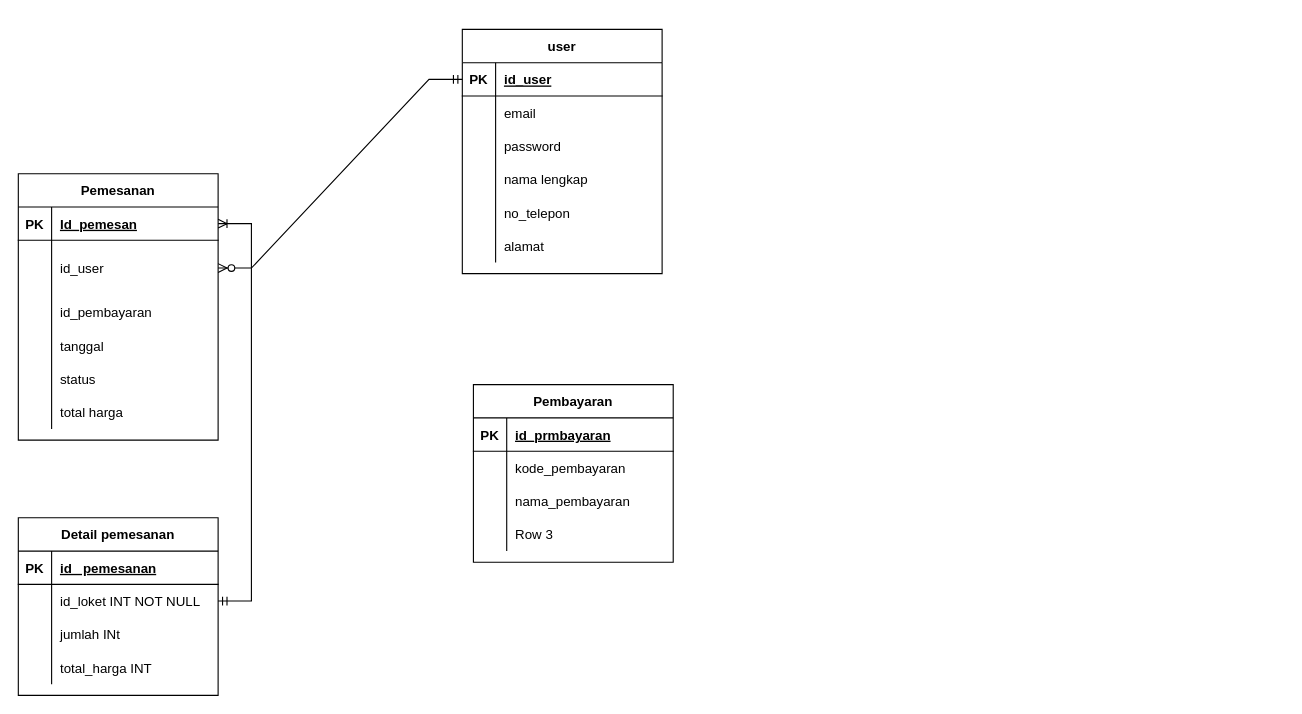
This is pertemuan2.md/Untitled Diagram.drawio from rizky-iki/IF214002, a draw.io file, before an edit. Source tidied: cells renumbered, new cells numbered last; positions are measured from the earlier drawing's top-left corner, leaving out a move shared by most shapes. Both pictures are drawn from the tidied source at 111%, with x=0, y=0 at pixel (18, 29).
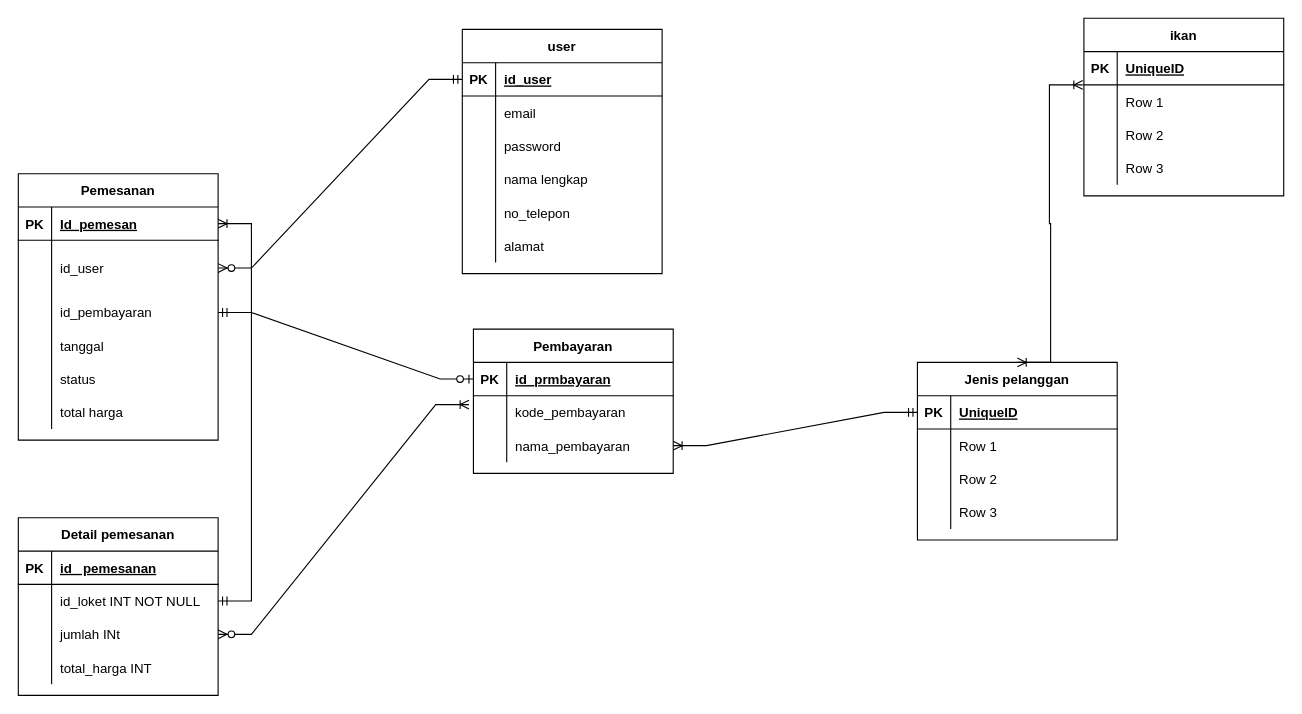
The same diagram, later.

Unchanged cells that the change refers to:
```xml
<mxCell id="9" style="shape=tableRow;horizontal=0;startSize=0;swimlaneHead=0;swimlaneBody=0;fillColor=none;points=[[0,0.5],[1,0.5]];portConstraint=eastwest;top=0;left=0;right=0;bottom=0;" parent="2" vertex="1">
  <mxGeometry y="90" width="180" height="30" as="geometry" />
</mxCell>
<mxCell id="22" style="shape=tableRow;horizontal=0;startSize=0;swimlaneHead=0;swimlaneBody=0;fillColor=none;points=[[0,0.5],[1,0.5]];portConstraint=eastwest;top=0;left=0;right=0;bottom=0;" parent="15" vertex="1">
  <mxGeometry y="110" width="180" height="30" as="geometry" />
</mxCell>
<mxCell id="56" style="shape=tableRow;horizontal=0;startSize=0;swimlaneHead=0;swimlaneBody=0;fillColor=none;points=[[0,0.5],[1,0.5]];portConstraint=eastwest;top=0;left=0;right=0;bottom=1;" parent="55" vertex="1">
  <mxGeometry y="30" width="180" height="30" as="geometry" />
</mxCell>
<mxCell id="59" style="shape=tableRow;horizontal=0;startSize=0;swimlaneHead=0;swimlaneBody=0;fillColor=none;points=[[0,0.5],[1,0.5]];portConstraint=eastwest;top=0;left=0;right=0;bottom=0;" parent="55" vertex="1">
  <mxGeometry y="60" width="180" height="30" as="geometry" />
</mxCell>
<mxCell id="62" style="shape=tableRow;horizontal=0;startSize=0;swimlaneHead=0;swimlaneBody=0;fillColor=none;points=[[0,0.5],[1,0.5]];portConstraint=eastwest;top=0;left=0;right=0;bottom=0;" parent="55" vertex="1">
  <mxGeometry y="90" width="180" height="30" as="geometry" />
</mxCell>
```

Change to the diagram source:
```diff
@@
     <mxCell id="55" value="Pembayaran" style="shape=table;startSize=30;childLayout=tableLayout;rowLines=0;fontStyle=1;align=center;" parent="1" vertex="1">
-      <mxGeometry x="410" y="320" width="180" height="160" as="geometry" />
+      <mxGeometry x="410" y="270" width="180" height="130" as="geometry" />
     </mxCell>
@@
-    <mxCell id="65" style="shape=tableRow;horizontal=0;startSize=0;swimlaneHead=0;swimlaneBody=0;fillColor=none;top=0;left=0;right=0;bottom=0;" parent="55" vertex="1">
-      <mxGeometry y="120" width="180" height="30" as="geometry" />
-    </mxCell>
-    <mxCell id="66" style="shape=partialRectangle;fillColor=none;top=0;left=0;bottom=0;right=0;overflow=hidden;" parent="65" vertex="1">
-      <mxGeometry width="30" height="30" as="geometry" />
-    </mxCell>
-    <mxCell id="67" value="Row 3" style="shape=partialRectangle;fillColor=none;top=0;left=0;bottom=0;right=0;align=left;spacingLeft=6;overflow=hidden;" parent="65" vertex="1">
-      <mxGeometry x="30" width="150" height="30" as="geometry" />
-    </mxCell>
+    <mxCell id="68" value="Jenis pelanggan" style="shape=table;startSize=30;childLayout=tableLayout;rowLines=0;fontStyle=1;align=center;" parent="1" vertex="1">
+      <mxGeometry x="810" y="300" width="180" height="160" as="geometry" />
+    </mxCell>
+    <mxCell id="69" style="shape=tableRow;horizontal=0;startSize=0;swimlaneHead=0;swimlaneBody=0;fillColor=none;points=[[0,0.5],[1,0.5]];portConstraint=eastwest;top=0;left=0;right=0;bottom=1;" parent="68" vertex="1">
+      <mxGeometry y="30" width="180" height="30" as="geometry" />
+    </mxCell>
+    <mxCell id="70" value="PK" style="shape=partialRectangle;fillColor=none;top=0;left=0;bottom=0;right=0;fontStyle=1;overflow=hidden;" parent="69" vertex="1">
+      <mxGeometry width="30" height="30" as="geometry" />
+    </mxCell>
+    <mxCell id="71" value="UniqueID" style="shape=partialRectangle;fillColor=none;top=0;left=0;bottom=0;right=0;align=left;spacingLeft=6;fontStyle=5;overflow=hidden;" parent="69" vertex="1">
+      <mxGeometry x="30" width="150" height="30" as="geometry" />
+    </mxCell>
+    <mxCell id="72" style="shape=tableRow;horizontal=0;startSize=0;swimlaneHead=0;swimlaneBody=0;fillColor=none;top=0;left=0;right=0;bottom=0;" parent="68" vertex="1">
+      <mxGeometry y="60" width="180" height="30" as="geometry" />
+    </mxCell>
+    <mxCell id="73" style="shape=partialRectangle;fillColor=none;top=0;left=0;bottom=0;right=0;overflow=hidden;" parent="72" vertex="1">
+      <mxGeometry width="30" height="30" as="geometry" />
+    </mxCell>
+    <mxCell id="74" value="Row 1" style="shape=partialRectangle;fillColor=none;top=0;left=0;bottom=0;right=0;align=left;spacingLeft=6;overflow=hidden;" parent="72" vertex="1">
+      <mxGeometry x="30" width="150" height="30" as="geometry" />
+    </mxCell>
+    <mxCell id="75" style="shape=tableRow;horizontal=0;startSize=0;swimlaneHead=0;swimlaneBody=0;fillColor=none;top=0;left=0;right=0;bottom=0;" parent="68" vertex="1">
+      <mxGeometry y="90" width="180" height="30" as="geometry" />
+    </mxCell>
+    <mxCell id="76" style="shape=partialRectangle;fillColor=none;top=0;left=0;bottom=0;right=0;overflow=hidden;" parent="75" vertex="1">
+      <mxGeometry width="30" height="30" as="geometry" />
+    </mxCell>
+    <mxCell id="77" value="Row 2" style="shape=partialRectangle;fillColor=none;top=0;left=0;bottom=0;right=0;align=left;spacingLeft=6;overflow=hidden;" parent="75" vertex="1">
+      <mxGeometry x="30" width="150" height="30" as="geometry" />
+    </mxCell>
+    <mxCell id="78" style="shape=tableRow;horizontal=0;startSize=0;swimlaneHead=0;swimlaneBody=0;fillColor=none;top=0;left=0;right=0;bottom=0;" parent="68" vertex="1">
+      <mxGeometry y="120" width="180" height="30" as="geometry" />
+    </mxCell>
+    <mxCell id="79" style="shape=partialRectangle;fillColor=none;top=0;left=0;bottom=0;right=0;overflow=hidden;" parent="78" vertex="1">
+      <mxGeometry width="30" height="30" as="geometry" />
+    </mxCell>
+    <mxCell id="80" value="Row 3" style="shape=partialRectangle;fillColor=none;top=0;left=0;bottom=0;right=0;align=left;spacingLeft=6;overflow=hidden;" parent="78" vertex="1">
+      <mxGeometry x="30" width="150" height="30" as="geometry" />
+    </mxCell>
+    <mxCell id="81" style="edgeStyle=entityRelationEdgeStyle;fontSize=12;html=1;endArrow=ERzeroToOne;startArrow=ERmandOne;rounded=0;exitX=1;exitY=0.5;exitDx=0;exitDy=0;entryX=0;entryY=0.5;entryDx=0;entryDy=0;" parent="1" edge="1" source="22" target="56">
+      <mxGeometry relative="1" as="geometry" />
+    </mxCell>
+    <mxCell id="82" style="edgeStyle=entityRelationEdgeStyle;fontSize=12;html=1;endArrow=ERoneToMany;startArrow=ERmandOne;rounded=0;entryX=1;entryY=0.5;entryDx=0;entryDy=0;exitX=0;exitY=0.5;exitDx=0;exitDy=0;" parent="1" edge="1" source="69" target="62">
+      <mxGeometry relative="1" as="geometry" />
+    </mxCell>
+    <mxCell id="83" style="edgeStyle=entityRelationEdgeStyle;fontSize=12;html=1;endArrow=ERoneToMany;startArrow=ERzeroToMany;rounded=0;exitX=1;exitY=0.5;exitDx=0;exitDy=0;entryX=-0.022;entryY=0.267;entryDx=0;entryDy=0;entryPerimeter=0;" parent="1" edge="1" source="9" target="59">
+      <mxGeometry relative="1" as="geometry" />
+    </mxCell>
+    <mxCell id="84" value="ikan" style="shape=table;startSize=30;childLayout=tableLayout;rowLines=0;fontStyle=1;align=center;" parent="1" vertex="1">
+      <mxGeometry x="960" y="-10" width="180" height="160" as="geometry" />
+    </mxCell>
+    <mxCell id="85" style="shape=tableRow;horizontal=0;startSize=0;swimlaneHead=0;swimlaneBody=0;fillColor=none;top=0;left=0;right=0;bottom=1;" parent="84" vertex="1">
+      <mxGeometry y="30" width="180" height="30" as="geometry" />
+    </mxCell>
+    <mxCell id="86" value="PK" style="shape=partialRectangle;fillColor=none;top=0;left=0;bottom=0;right=0;fontStyle=1;overflow=hidden;" parent="85" vertex="1">
+      <mxGeometry width="30" height="30" as="geometry" />
+    </mxCell>
+    <mxCell id="87" value="UniqueID" style="shape=partialRectangle;fillColor=none;top=0;left=0;bottom=0;right=0;align=left;spacingLeft=6;fontStyle=5;overflow=hidden;" parent="85" vertex="1">
+      <mxGeometry x="30" width="150" height="30" as="geometry" />
+    </mxCell>
+    <mxCell id="88" style="shape=tableRow;horizontal=0;startSize=0;swimlaneHead=0;swimlaneBody=0;fillColor=none;points=[[0,0.5],[1,0.5]];portConstraint=eastwest;top=0;left=0;right=0;bottom=0;" parent="84" vertex="1">
+      <mxGeometry y="60" width="180" height="30" as="geometry" />
+    </mxCell>
+    <mxCell id="89" style="shape=partialRectangle;fillColor=none;top=0;left=0;bottom=0;right=0;overflow=hidden;" parent="88" vertex="1">
+      <mxGeometry width="30" height="30" as="geometry" />
+    </mxCell>
+    <mxCell id="90" value="Row 1" style="shape=partialRectangle;fillColor=none;top=0;left=0;bottom=0;right=0;align=left;spacingLeft=6;overflow=hidden;" parent="88" vertex="1">
+      <mxGeometry x="30" width="150" height="30" as="geometry" />
+    </mxCell>
+    <mxCell id="91" style="shape=tableRow;horizontal=0;startSize=0;swimlaneHead=0;swimlaneBody=0;fillColor=none;top=0;left=0;right=0;bottom=0;" parent="84" vertex="1">
+      <mxGeometry y="90" width="180" height="30" as="geometry" />
+    </mxCell>
+    <mxCell id="92" style="shape=partialRectangle;fillColor=none;top=0;left=0;bottom=0;right=0;overflow=hidden;" parent="91" vertex="1">
+      <mxGeometry width="30" height="30" as="geometry" />
+    </mxCell>
+    <mxCell id="93" value="Row 2" style="shape=partialRectangle;fillColor=none;top=0;left=0;bottom=0;right=0;align=left;spacingLeft=6;overflow=hidden;" parent="91" vertex="1">
+      <mxGeometry x="30" width="150" height="30" as="geometry" />
+    </mxCell>
+    <mxCell id="94" style="shape=tableRow;horizontal=0;startSize=0;swimlaneHead=0;swimlaneBody=0;fillColor=none;top=0;left=0;right=0;bottom=0;" parent="84" vertex="1">
+      <mxGeometry y="120" width="180" height="30" as="geometry" />
+    </mxCell>
+    <mxCell id="95" style="shape=partialRectangle;fillColor=none;top=0;left=0;bottom=0;right=0;overflow=hidden;" parent="94" vertex="1">
+      <mxGeometry width="30" height="30" as="geometry" />
+    </mxCell>
+    <mxCell id="96" value="Row 3" style="shape=partialRectangle;fillColor=none;top=0;left=0;bottom=0;right=0;align=left;spacingLeft=6;overflow=hidden;" parent="94" vertex="1">
+      <mxGeometry x="30" width="150" height="30" as="geometry" />
+    </mxCell>
+    <mxCell id="97" style="edgeStyle=entityRelationEdgeStyle;fontSize=12;html=1;endArrow=ERoneToMany;startArrow=ERoneToMany;rounded=0;entryX=-0.006;entryY=0;entryDx=0;entryDy=0;entryPerimeter=0;exitX=0.5;exitY=0;exitDx=0;exitDy=0;" parent="1" edge="1" source="68" target="88">
+      <mxGeometry relative="1" as="geometry" />
+    </mxCell>
```
